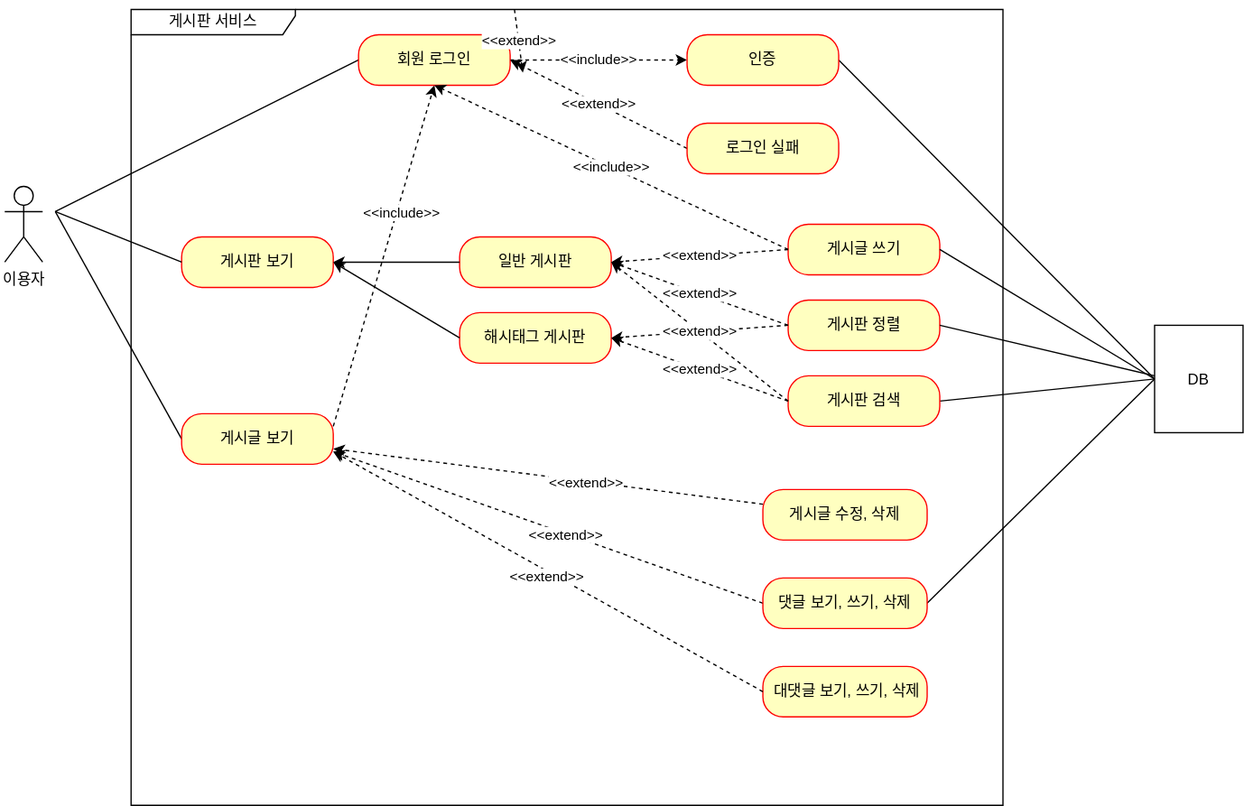
Before: document/use-case.svg, a diagram exported from draw.io (IronKim/fs-project-board). Source tidied: cells renumbered, new cells last; positions are measured from the earlier drawing's top-left corner, leaving out a move shared by most shapes.
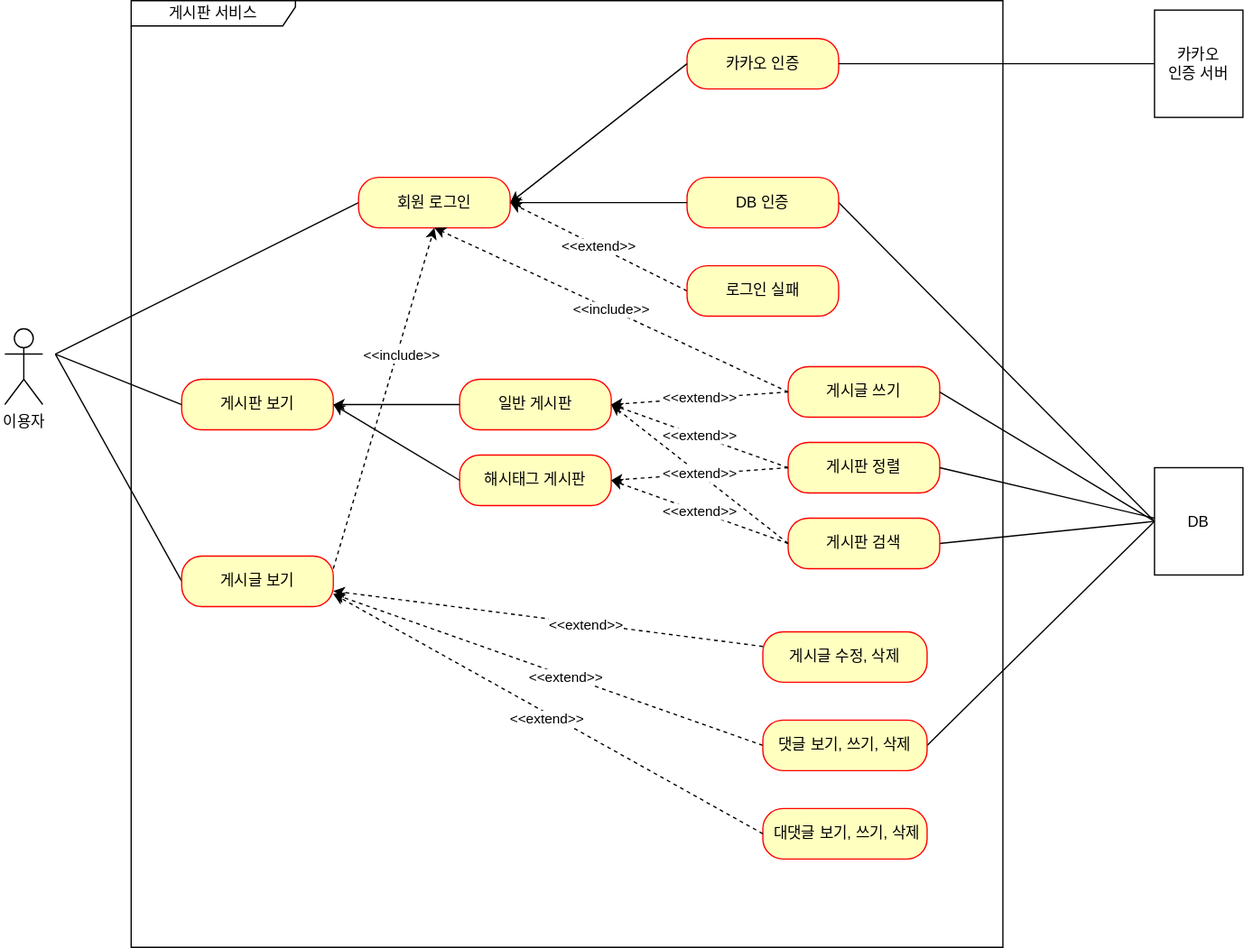
Above is the later version.

Commit message:
#53 - use-case-svg: 카카오 인증 유즈 케이스 추가 (대댓글은 미리 표현하였음)

Diff of the diagram source:
```diff
@@ -6,7 +6,7 @@
       <mxGeometry y="140" width="30" height="60" as="geometry" />
     </mxCell>
     <mxCell id="3" value="게시판 서비스" style="shape=umlFrame;whiteSpace=wrap;html=1;width=130;height=20;" parent="1" vertex="1">
-      <mxGeometry x="100" width="690" height="630" as="geometry" />
+      <mxGeometry x="100" y="-120" width="690" height="750" as="geometry" />
     </mxCell>
     <mxCell id="4" value="게시판 보기" style="rounded=1;whiteSpace=wrap;html=1;arcSize=40;fontColor=#000000;fillColor=#ffffc0;strokeColor=#ff0000;" parent="1" vertex="1">
       <mxGeometry x="140" y="180" width="120" height="40" as="geometry" />
@@ -32,16 +32,13 @@
         <mxPoint x="40" y="160" as="targetPoint" />
       </mxGeometry>
     </mxCell>
-    <mxCell id="10" value="&amp;lt;&amp;lt;include&amp;gt;&amp;gt;" style="rounded=0;jettySize=auto;html=1;endArrow=classic;endFill=1;dashed=1;" parent="1" edge="1" source="11" target="13">
-      <mxGeometry relative="1" as="geometry" />
-    </mxCell>
     <mxCell id="11" value="회원 로그인" style="rounded=1;whiteSpace=wrap;html=1;arcSize=40;fontColor=#000000;fillColor=#ffffc0;strokeColor=#ff0000;" parent="1" vertex="1">
       <mxGeometry x="280" y="20" width="120" height="40" as="geometry" />
     </mxCell>
     <mxCell id="12" style="rounded=0;jettySize=auto;html=1;exitX=1;exitY=0.5;exitDx=0;exitDy=0;entryX=0;entryY=0.5;entryDx=0;entryDy=0;endArrow=none;endFill=0;" parent="1" edge="1" source="13" target="26">
       <mxGeometry relative="1" as="geometry" />
     </mxCell>
-    <mxCell id="13" value="인증" style="rounded=1;whiteSpace=wrap;html=1;arcSize=40;fontColor=#000000;fillColor=#ffffc0;strokeColor=#ff0000;" parent="1" vertex="1">
+    <mxCell id="13" value="DB 인증" style="rounded=1;whiteSpace=wrap;html=1;arcSize=40;fontColor=#000000;fillColor=#ffffc0;strokeColor=#ff0000;" parent="1" vertex="1">
       <mxGeometry x="540" y="20" width="120" height="40" as="geometry" />
     </mxCell>
     <mxCell id="14" value="&amp;lt;&amp;lt;extend&amp;gt;&amp;gt;" style="rounded=0;jettySize=auto;html=1;exitX=0;exitY=0.5;exitDx=0;exitDy=0;endArrow=classic;endFill=1;dashed=1;" parent="1" edge="1" source="15">
@@ -124,11 +121,6 @@
     <mxCell id="37" value="&amp;lt;&amp;lt;extend&amp;gt;&amp;gt;" style="edgeLabel;html=1;align=center;verticalAlign=middle;" parent="36" vertex="1">
       <mxGeometry x="-0.01" y="4" relative="1" as="geometry" />
     </mxCell>
-    <mxCell id="38" value="&amp;lt;&amp;lt;extend&amp;gt;&amp;gt;" style="rounded=0;jettySize=auto;html=1;endArrow=classic;endFill=1;dashed=1;" parent="1" edge="1" source="3">
-      <mxGeometry relative="1" as="geometry">
-        <mxPoint x="410" y="50" as="targetPoint" />
-      </mxGeometry>
-    </mxCell>
     <mxCell id="39" value="&amp;lt;&amp;lt;include&amp;gt;&amp;gt;" style="rounded=0;jettySize=auto;html=1;exitX=0;exitY=0.5;exitDx=0;exitDy=0;endArrow=classic;endFill=1;dashed=1;entryX=0.5;entryY=1;entryDx=0;entryDy=0;" parent="1" edge="1" source="27" target="11">
       <mxGeometry relative="1" as="geometry" />
     </mxCell>
@@ -147,5 +139,20 @@
     <mxCell id="44" value="&amp;lt;&amp;lt;extend&amp;gt;&amp;gt;" style="rounded=0;jettySize=auto;html=1;exitX=0;exitY=0.5;exitDx=0;exitDy=0;endArrow=classic;endFill=1;dashed=1;entryX=1;entryY=0.5;entryDx=0;entryDy=0;" parent="1" edge="1" source="30" target="32">
       <mxGeometry relative="1" as="geometry" />
     </mxCell>
+    <mxCell id="45" value="카카오 인증" style="rounded=1;whiteSpace=wrap;html=1;arcSize=40;fontColor=#000000;fillColor=#ffffc0;strokeColor=#ff0000;" parent="1" vertex="1">
+      <mxGeometry x="540" y="-90" width="120" height="40" as="geometry" />
+    </mxCell>
+    <mxCell id="46" value="카카오&lt;br&gt;인증 서버" style="html=1;whiteSpace=wrap;" parent="1" vertex="1">
+      <mxGeometry x="910" y="-112.5" width="70" height="85" as="geometry" />
+    </mxCell>
+    <mxCell id="47" style="rounded=0;jettySize=auto;html=1;exitX=1;exitY=0.5;exitDx=0;exitDy=0;entryX=0;entryY=0.5;entryDx=0;entryDy=0;endArrow=none;endFill=0;" parent="1" edge="1" source="45" target="46">
+      <mxGeometry relative="1" as="geometry" />
+    </mxCell>
+    <mxCell id="48" style="rounded=0;jettySize=auto;html=1;exitX=1;exitY=0.5;exitDx=0;exitDy=0;entryX=0;entryY=0.5;entryDx=0;entryDy=0;endArrow=none;endFill=0;startArrow=classic;startFill=1;" parent="1" edge="1" source="11" target="45">
+      <mxGeometry relative="1" as="geometry" />
+    </mxCell>
+    <mxCell id="10" style="rounded=0;jettySize=auto;html=1;exitX=1;exitY=0.5;exitDx=0;exitDy=0;entryX=0;entryY=0.5;entryDx=0;entryDy=0;endArrow=none;endFill=0;startArrow=classic;startFill=1;" parent="1" edge="1" source="11" target="13">
+      <mxGeometry relative="1" as="geometry" />
+    </mxCell>
   </root>
 </mxGraphModel>
```
